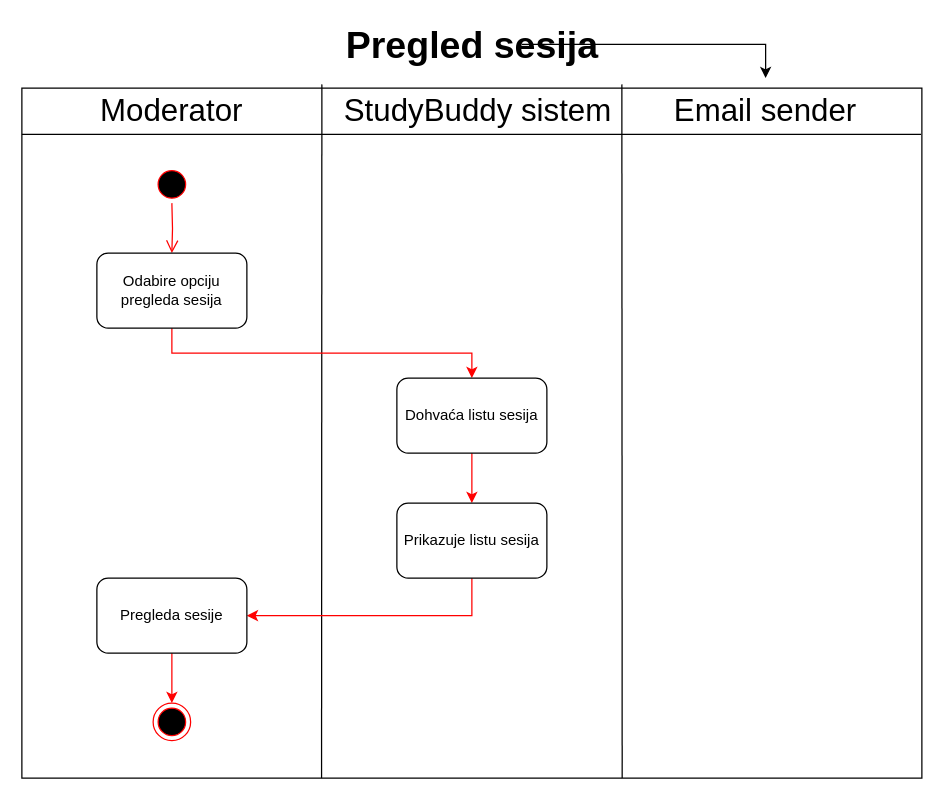
Above: activity dijagrami/raw/Activity_pregled_sesija.drawio in ooad-2025-26/Grupa8-Tim3 (draw.io), before the change. Source tidied: cells renumbered, new cells numbered last; positions are measured from the earlier drawing's top-left corner, leaving out a move shared by most shapes. Both pictures are drawn from the tidied source at 125%, with x=0, y=0 at pixel (21, 28).
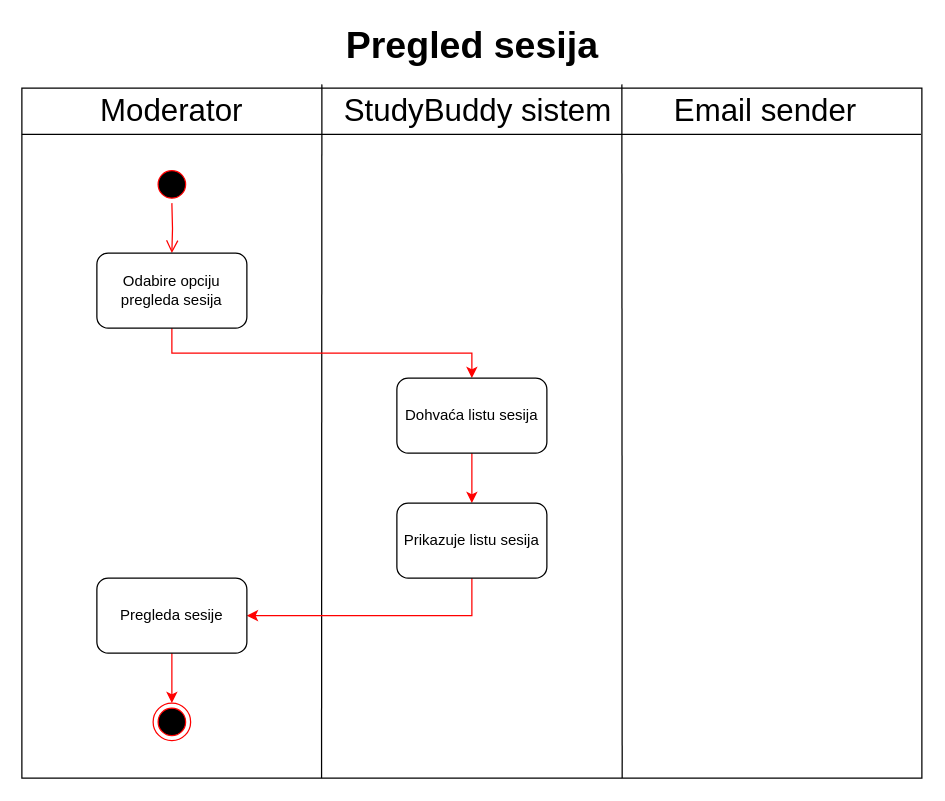
After the change.

Commit message (it also covers changes not shown here):
activity dijagrami - t3

Unchanged cells that the change refers to:
```xml
<mxCell id="8" value="&lt;font style=&quot;font-size: 25px;&quot;&gt;Email sender&lt;/font&gt;" style="text;html=1;whiteSpace=wrap;strokeColor=none;fillColor=none;align=center;verticalAlign=middle;rounded=0;" parent="1" vertex="1">
  <mxGeometry x="500" y="40" width="190" height="50" as="geometry" />
</mxCell>
<mxCell id="18" value="&lt;font style=&quot;font-size: 30px;&quot;&gt;Pregled sesija&lt;/font&gt;" style="text;align=center;fontStyle=1;verticalAlign=middle;spacingLeft=3;spacingRight=3;strokeColor=none;points=[[0,0.5],[1,0.5]];portConstraint=eastwest;html=1;" parent="1" vertex="1">
  <mxGeometry x="320" width="80" height="26" as="geometry" />
</mxCell>
```

Change to the diagram source:
```diff
@@
-    <mxCell id="17" style="edgeStyle=orthogonalEdgeStyle;rounded=0;jettySize=auto;html=1;" parent="1" edge="1" source="18" target="8">
-      <mxGeometry relative="1" as="geometry" />
-    </mxCell>
```
